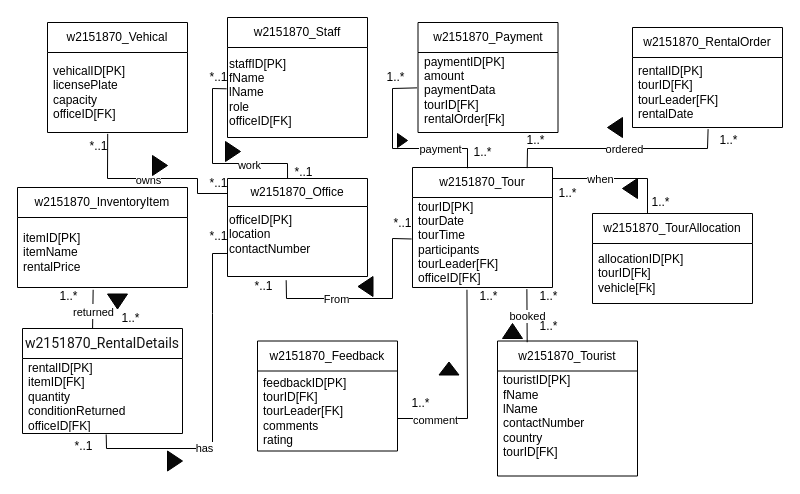
This is Untitled Diagram.drawio from Yoda200512/codes, a draw.io file, before an edit. Source tidied: cells renumbered, new cells numbered last; positions are measured from the earlier drawing's top-left corner, leaving out a move shared by most shapes. Both pictures are drawn from the tidied source at 100%, with x=0, y=0 at pixel (17, 17).
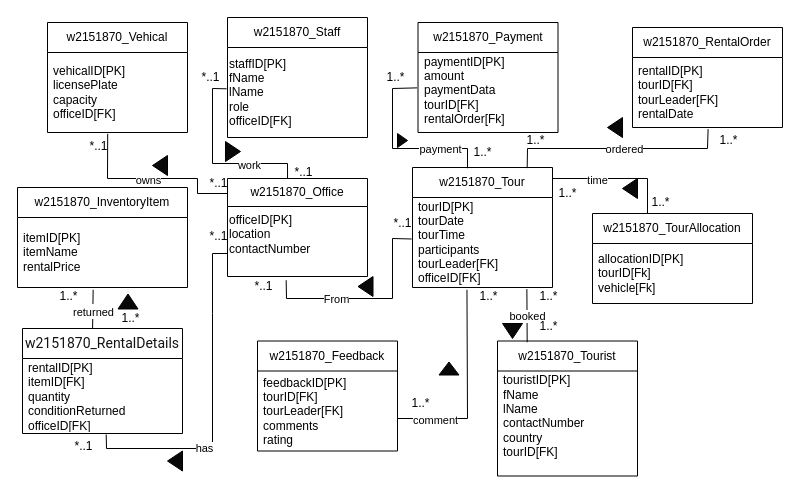
After the change.

The change refers to these unchanged cells:
```xml
<mxCell id="33" style="endArrow=none;html=1;rounded=0;" parent="1" edge="1">
  <mxGeometry relative="1" as="geometry">
    <mxPoint x="630" y="196" as="sourcePoint" />
    <mxPoint x="535" y="161" as="targetPoint" />
    <Array as="points">
      <mxPoint x="630" y="161" />
    </Array>
  </mxGeometry>
</mxCell>
```

Diff of the diagram source:
```diff
@@
-    <mxCell id="34" value="when" style="edgeLabel;html=1;align=center;verticalAlign=middle;" parent="33" vertex="1">
-      <mxGeometry x="0.27" relative="1" as="geometry" />
-    </mxCell>
+    <mxCell id="75" value="time" style="edgeLabel;html=1;align=center;verticalAlign=middle;" parent="33" vertex="1">
+      <mxGeometry x="0.33" y="1" relative="1" as="geometry" />
+    </mxCell>
@@
-    <mxCell id="47" style="triangle;whiteSpace=wrap;html=1;rotation=90;fillColor=#080808;" parent="1" vertex="1">
-      <mxGeometry x="92.5" y="274" width="15" height="20" as="geometry" />
+    <mxCell id="47" style="triangle;whiteSpace=wrap;html=1;rotation=-90;fillColor=#080808;" parent="1" vertex="1">
+      <mxGeometry x="103" y="274" width="15" height="20" as="geometry" />
     </mxCell>
     <mxCell id="48" value="*..1" style="text;html=1;align=center;verticalAlign=middle;strokeColor=none;fillColor=none;" parent="1" vertex="1">
-      <mxGeometry x="178" y="45" width="45" height="30" as="geometry" />
+      <mxGeometry x="170" y="45" width="45" height="30" as="geometry" />
     </mxCell>
@@
-    <mxCell id="63" style="triangle;whiteSpace=wrap;html=1;rotation=0;fillColor=#080808;" parent="1" vertex="1">
+    <mxCell id="63" style="triangle;whiteSpace=wrap;html=1;rotation=-180;fillColor=#080808;" parent="1" vertex="1">
       <mxGeometry x="135" y="138" width="15" height="20" as="geometry" />
     </mxCell>
@@
-    <mxCell id="70" style="triangle;whiteSpace=wrap;html=1;rotation=-90;fillColor=#080808;" parent="1" vertex="1">
+    <mxCell id="70" style="triangle;whiteSpace=wrap;html=1;rotation=90;fillColor=#080808;" parent="1" vertex="1">
       <mxGeometry x="487.5" y="303.5" width="15" height="20" as="geometry" />
     </mxCell>
@@
-    <mxCell id="72" style="triangle;whiteSpace=wrap;html=1;rotation=0;fillColor=#080808;" parent="1" vertex="1">
+    <mxCell id="72" style="triangle;whiteSpace=wrap;html=1;rotation=-180;fillColor=#080808;" parent="1" vertex="1">
       <mxGeometry x="150" y="433.5" width="15" height="20" as="geometry" />
     </mxCell>
```
